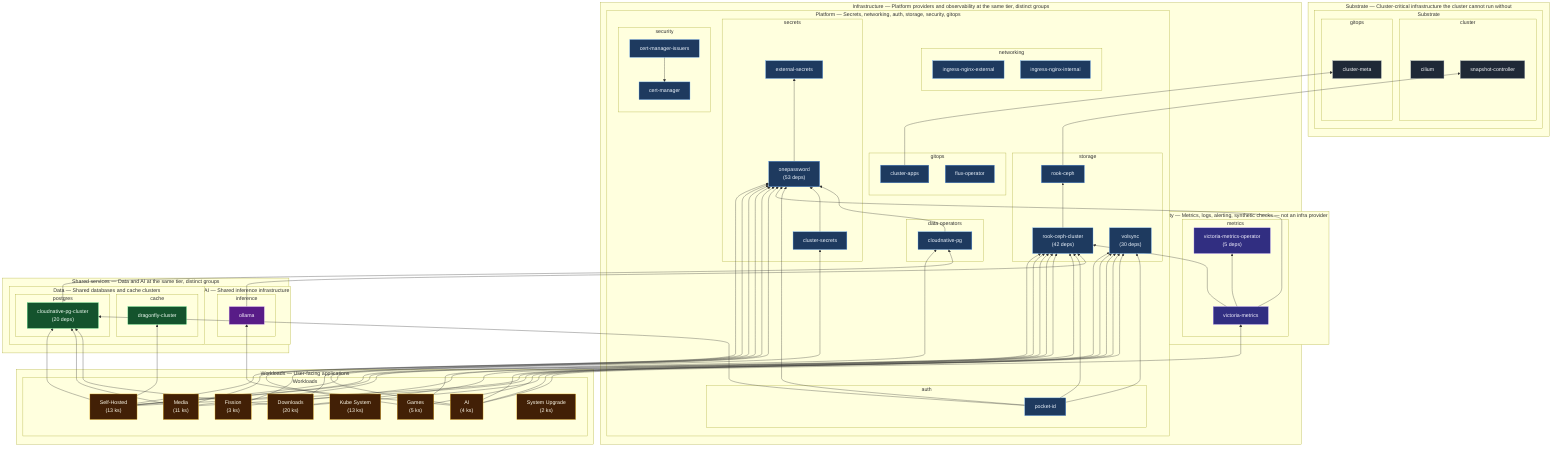
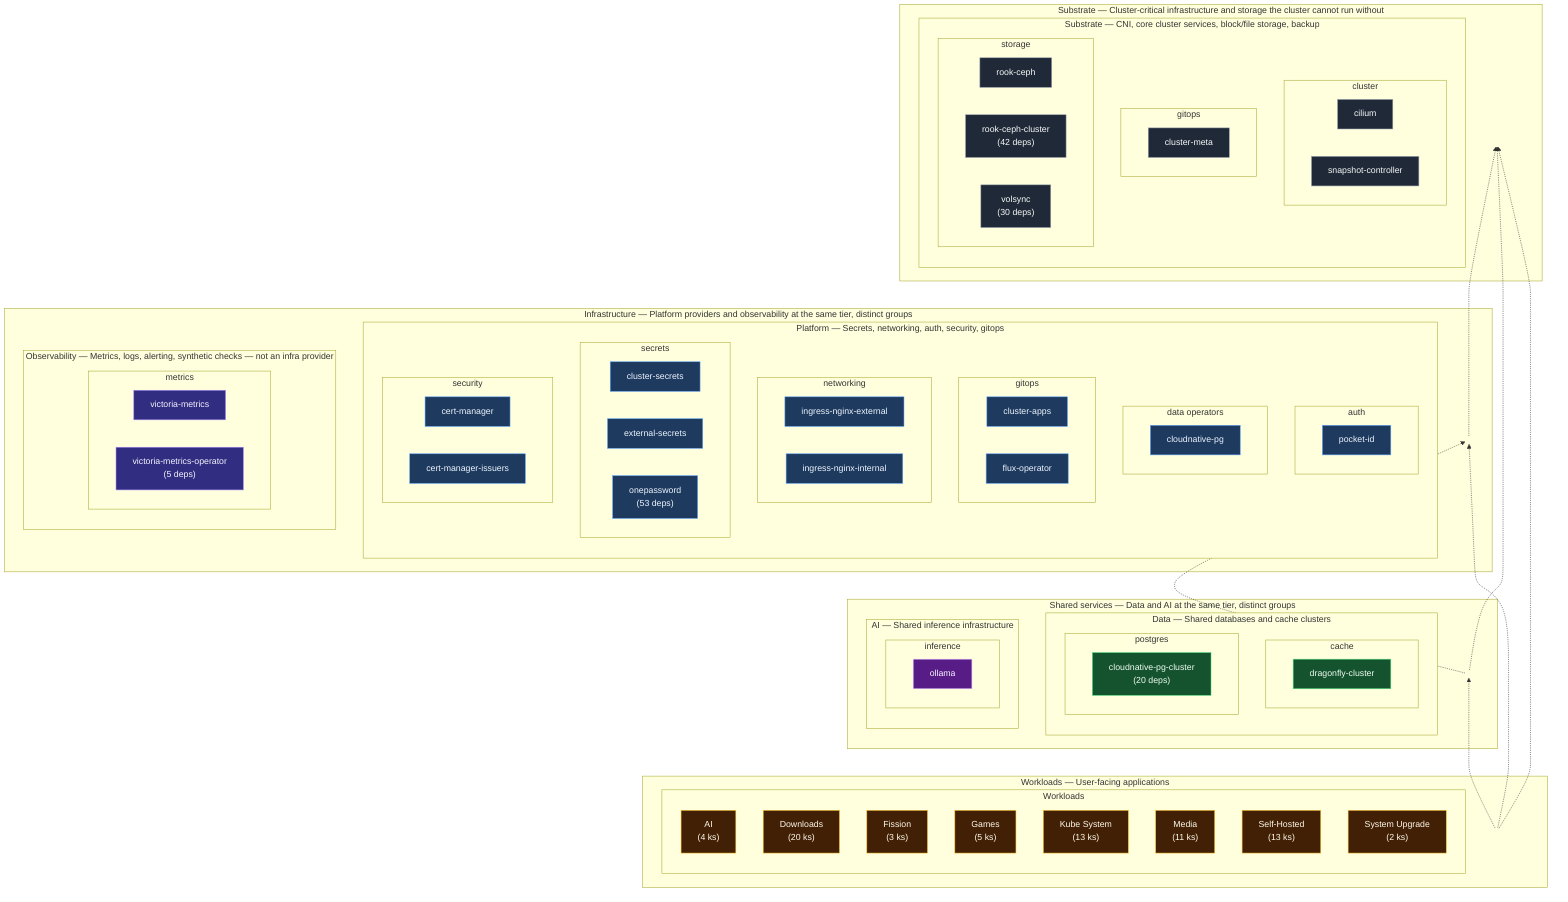
flowchart BT

-   %% Deploy-order edges from Flux Kustomization.spec.dependsOn
+   %% Cross-tier dependsOn summary (higher tier -.-> lower tier it depends on)

-   subgraph vt0["Substrate — Cluster-critical infrastructure the cluster cannot run without"]
-     subgraph g_substrate["Substrate"]
+   subgraph vt0["Substrate — Cluster-critical infrastructure and storage the cluster cannot run without"]
+     subgraph g_substrate["Substrate — CNI, core cluster services, block/file storage, backup"]
      subgraph p_substrate_substrate_cluster["cluster"]
        cilium["cilium"]
        class cilium substrate
        snapshot_controller["snapshot-controller"]
        class snapshot_controller substrate
      end
      subgraph p_substrate_substrate_gitops["gitops"]
        cluster_meta["cluster-meta"]
        class cluster_meta substrate
      end
+       subgraph p_substrate_substrate_storage["storage"]
+         rook_ceph["rook-ceph"]
+         class rook_ceph substrate
+         rook_ceph_cluster["rook-ceph-cluster<br/>(42 deps)"]
+         class rook_ceph_cluster substrate
+         volsync["volsync<br/>(30 deps)"]
+         class volsync substrate
+       end
    end
+     hub_vt0(( ))
+     class hub_vt0 hub
  end

  subgraph vt1["Infrastructure — Platform providers and observability at the same tier, distinct groups"]
-     subgraph g_platform["Platform — Secrets, networking, auth, storage, security, gitops"]
+     subgraph g_platform["Platform — Secrets, networking, auth, security, gitops"]
      subgraph p_platform_platform_auth["auth"]
        pocket_id["pocket-id"]
        class pocket_id platform
      end
      subgraph p_platform_platform_data_operators["data operators"]
        cloudnative_pg["cloudnative-pg"]
        class cloudnative_pg platform
      end
      subgraph p_platform_platform_gitops["gitops"]
        cluster_apps["cluster-apps"]
        class cluster_apps platform
        flux_operator["flux-operator"]
        class flux_operator platform
      end
      subgraph p_platform_platform_networking["networking"]
        ingress_nginx_external["ingress-nginx-external"]
        class ingress_nginx_external platform
        ingress_nginx_internal["ingress-nginx-internal"]
        class ingress_nginx_internal platform
      end
      subgraph p_platform_platform_secrets["secrets"]
        cluster_secrets["cluster-secrets"]
        class cluster_secrets platform
        external_secrets["external-secrets"]
        class external_secrets platform
        onepassword["onepassword<br/>(53 deps)"]
        class onepassword platform
      end
      subgraph p_platform_platform_security["security"]
        cert_manager["cert-manager"]
        class cert_manager platform
        cert_manager_issuers["cert-manager-issuers"]
        class cert_manager_issuers platform
      end
-       subgraph p_platform_platform_storage["storage"]
-         rook_ceph["rook-ceph"]
-         class rook_ceph platform
-         rook_ceph_cluster["rook-ceph-cluster<br/>(42 deps)"]
-         class rook_ceph_cluster platform
-         volsync["volsync<br/>(30 deps)"]
-         class volsync platform
-       end
    end
    subgraph g_observability["Observability — Metrics, logs, alerting, synthetic checks — not an infra provider"]
      subgraph p_observability_observability_metrics["metrics"]
        victoria_metrics["victoria-metrics"]
        class victoria_metrics observability
        victoria_metrics_operator["victoria-metrics-operator<br/>(5 deps)"]
        class victoria_metrics_operator observability
      end
    end
+     hub_vt1(( ))
+     class hub_vt1 hub
  end

  subgraph vt2["Shared services — Data and AI at the same tier, distinct groups"]
    subgraph g_data["Data — Shared databases and cache clusters"]
      subgraph p_data_data_cache["cache"]
        dragonfly_cluster["dragonfly-cluster"]
        class dragonfly_cluster data
      end
      subgraph p_data_data_postgres["postgres"]
        cloudnative_pg_cluster["cloudnative-pg-cluster<br/>(20 deps)"]
        class cloudnative_pg_cluster data
      end
    end
    subgraph g_ai["AI — Shared inference infrastructure"]
      subgraph p_ai_ai_inference["inference"]
        ollama["ollama"]
        class ollama ai
      end
    end
+     hub_vt2(( ))
+     class hub_vt2 hub
  end

  subgraph vt3["Workloads — User-facing applications"]
    subgraph g_workloads["Workloads"]
      wl_ai["AI<br/>(4 ks)"]
      class wl_ai workloads
      wl_downloads["Downloads<br/>(20 ks)"]
      class wl_downloads workloads
      wl_fission["Fission<br/>(3 ks)"]
      class wl_fission workloads
      wl_games["Games<br/>(5 ks)"]
      class wl_games workloads
      wl_kube_system["Kube System<br/>(13 ks)"]
      class wl_kube_system workloads
      wl_media["Media<br/>(11 ks)"]
      class wl_media workloads
      wl_self_hosted["Self-Hosted<br/>(13 ks)"]
      class wl_self_hosted workloads
      wl_system_upgrade["System Upgrade<br/>(2 ks)"]
      class wl_system_upgrade workloads
    end
+     hub_vt3(( ))
+     class hub_vt3 hub
  end

-   %% dependsOn edges (dependent --> dependency)
-   cert_manager_issuers --> cert_manager
-   cloudnative_pg --> onepassword
-   cloudnative_pg_cluster --> cloudnative_pg
-   cluster_apps --> cluster_meta
-   cluster_secrets --> onepassword
-   ollama --> rook_ceph_cluster
-   onepassword --> external_secrets
-   pocket_id --> cloudnative_pg_cluster
-   pocket_id --> onepassword
-   pocket_id --> rook_ceph_cluster
-   pocket_id --> volsync
-   rook_ceph --> snapshot_controller
-   rook_ceph_cluster --> rook_ceph
-   victoria_metrics --> onepassword
-   victoria_metrics --> rook_ceph_cluster
-   victoria_metrics --> victoria_metrics_operator
-   wl_ai --> ollama
-   wl_ai --> onepassword
-   wl_ai --> rook_ceph_cluster
-   wl_ai --> victoria_metrics
-   wl_ai --> volsync
-   wl_downloads --> cloudnative_pg_cluster
-   wl_downloads --> onepassword
-   wl_downloads --> rook_ceph_cluster
-   wl_downloads --> volsync
-   wl_fission --> onepassword
-   wl_fission --> rook_ceph_cluster
-   wl_games --> onepassword
-   wl_games --> rook_ceph_cluster
-   wl_games --> volsync
-   wl_media --> cloudnative_pg_cluster
-   wl_media --> onepassword
-   wl_media --> rook_ceph_cluster
-   wl_media --> volsync
-   wl_self_hosted --> cloudnative_pg
-   wl_self_hosted --> cloudnative_pg_cluster
-   wl_self_hosted --> cluster_secrets
-   wl_self_hosted --> dragonfly_cluster
-   wl_self_hosted --> onepassword
-   wl_self_hosted --> rook_ceph_cluster
-   wl_self_hosted --> volsync
+   hub_vt1 -.-> hub_vt0
+   hub_vt2 -.-> hub_vt0
+   hub_vt2 -.-> hub_vt1
+   hub_vt3 -.-> hub_vt0
+   hub_vt3 -.-> hub_vt1
+   hub_vt3 -.-> hub_vt2

-   %% group styling
+   %% styling
+   classDef hub fill:none,stroke:none,color:transparent
  classDef substrate fill:#1f2937,stroke:#9ca3af,color:#f9fafb
  classDef platform fill:#1e3a5f,stroke:#60a5fa,color:#eff6ff
  classDef observability fill:#312e81,stroke:#a78bfa,color:#f5f3ff
  classDef data fill:#14532d,stroke:#4ade80,color:#f0fdf4
  classDef ai fill:#581c87,stroke:#d8b4fe,color:#faf5ff
  classDef workloads fill:#422006,stroke:#fbbf24,color:#fffbeb
